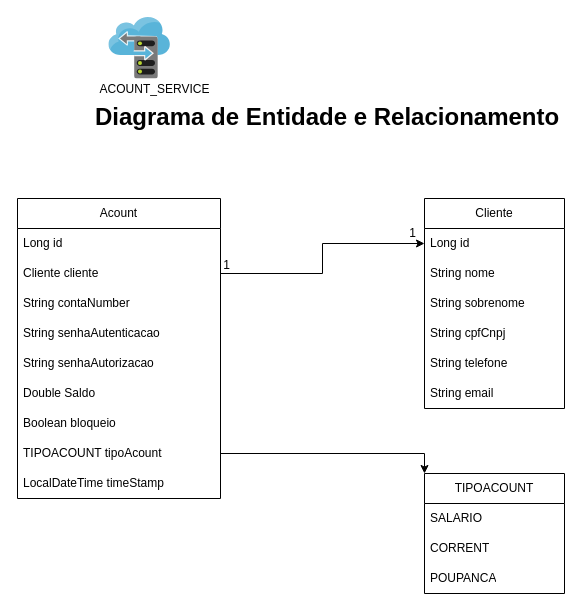
This is page "DIagrama Acount_Service Nível 3" (3 of 8) of Documentação/Diagrama de funcionamento.drawio from marcelquin/BancoFake, a draw.io file, before an edit. Source tidied: cells renumbered, new cells numbered last; positions are measured from the earlier drawing's top-left corner, leaving out a move shared by most shapes. Both pictures are drawn from the tidied source at 100%, with x=0, y=0 at pixel (17, 17).
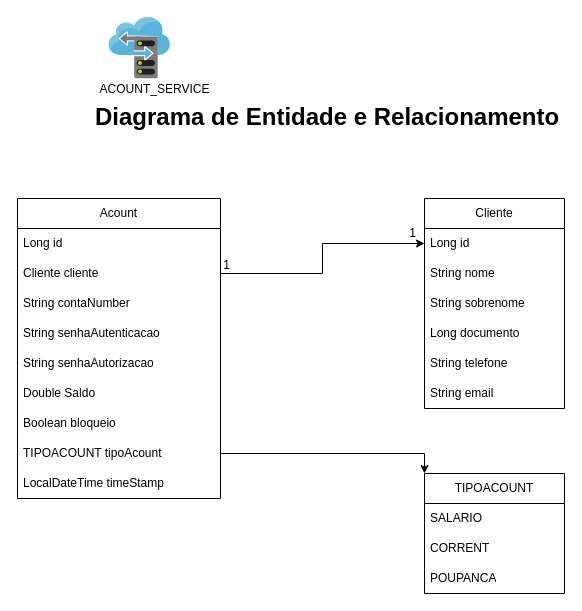
Above is the later version.

Unchanged cells that the change refers to:
```xml
<mxCell id="15" value="Cliente" style="swimlane;fontStyle=0;horizontal=1;startSize=30;whiteSpace=wrap;html=1;" parent="1" vertex="1">
  <mxGeometry x="407" y="181" width="140" height="210" as="geometry" />
</mxCell>
```

What changed in the source:
```diff
@@
-    <mxCell id="19" value="String cpfCnpj" style="text;strokeColor=none;fillColor=none;align=left;verticalAlign=middle;spacingLeft=4;spacingRight=4;overflow=hidden;whiteSpace=wrap;html=1;" parent="15" vertex="1">
+    <mxCell id="19" value="Long documento" style="text;strokeColor=none;fillColor=none;align=left;verticalAlign=middle;spacingLeft=4;spacingRight=4;overflow=hidden;whiteSpace=wrap;html=1;" parent="15" vertex="1">
       <mxGeometry y="120" width="140" height="30" as="geometry" />
     </mxCell>
```
